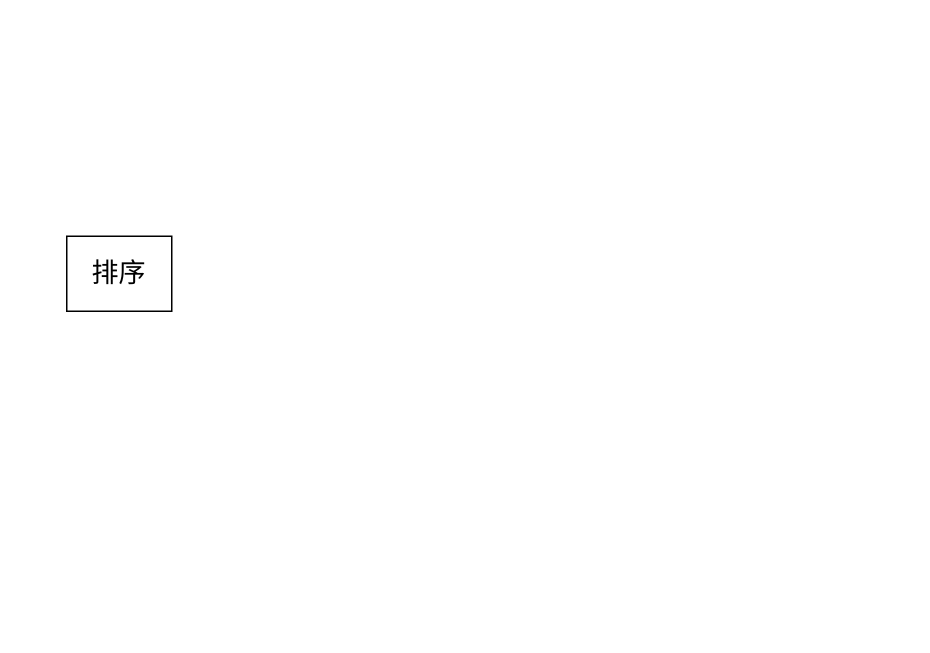
Before: status.drawio in rockysroll/testgit, a draw.io diagram. Source tidied: cells renumbered, new cells numbered last; positions are measured from the earlier drawing's top-left corner, leaving out a move shared by most shapes. Both pictures are drawn from the tidied source at 150%, with x=0, y=0 at pixel (66, 236).
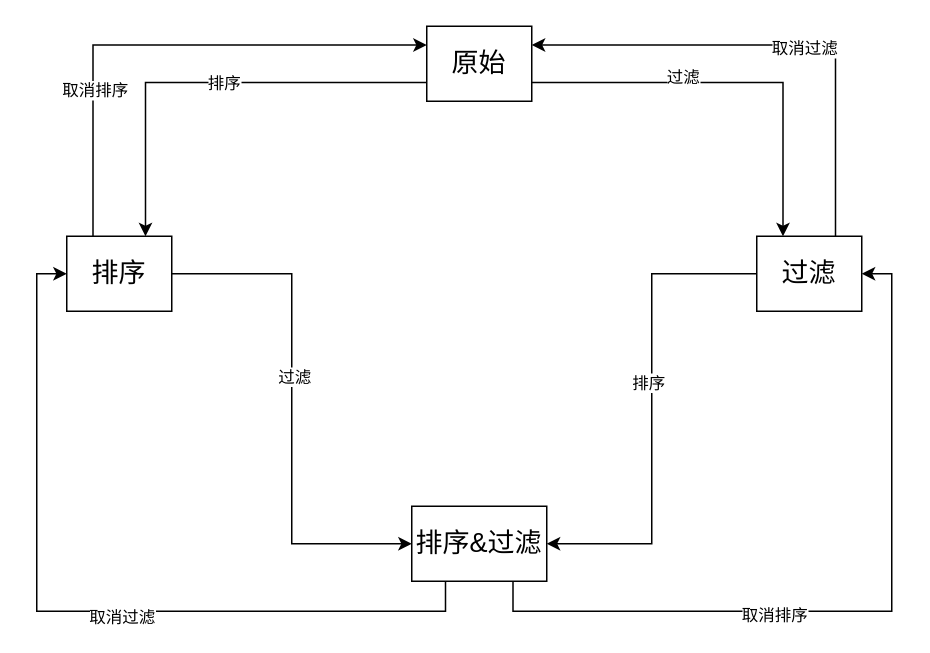
After the change.

Unchanged cells that the change refers to:
```xml
<mxCell id="2" value="&lt;font style=&quot;font-size: 18px;&quot;&gt;排序&lt;/font&gt;" style="rounded=0;whiteSpace=wrap;html=1;" parent="1" vertex="1">
  <mxGeometry width="70" height="50" as="geometry" />
</mxCell>
```

Change to the diagram source:
```diff
@@
+    <mxCell id="3" style="edgeStyle=orthogonalEdgeStyle;rounded=0;jettySize=auto;html=1;entryX=0;entryY=0.5;entryDx=0;entryDy=0;" parent="1" edge="1" source="2" target="16">
+      <mxGeometry relative="1" as="geometry">
+        <Array as="points">
+          <mxPoint x="150" y="25" />
+          <mxPoint x="150" y="205" />
+        </Array>
+      </mxGeometry>
+    </mxCell>
+    <mxCell id="4" value="过滤" style="edgeLabel;html=1;align=center;verticalAlign=middle;" parent="3" vertex="1">
+      <mxGeometry x="-0.13" y="1" relative="1" as="geometry" />
+    </mxCell>
+    <mxCell id="5" style="edgeStyle=orthogonalEdgeStyle;rounded=0;jettySize=auto;html=1;exitX=0.25;exitY=0;exitDx=0;exitDy=0;entryX=0;entryY=0.25;entryDx=0;entryDy=0;" parent="1" edge="1" source="2" target="21">
+      <mxGeometry relative="1" as="geometry" />
+    </mxCell>
+    <mxCell id="6" value="取消排序" style="edgeLabel;html=1;align=center;verticalAlign=middle;" parent="5" vertex="1">
+      <mxGeometry x="-0.44" relative="1" as="geometry">
+        <mxPoint x="1" as="offset" />
+      </mxGeometry>
+    </mxCell>
@@
+    <mxCell id="7" style="edgeStyle=orthogonalEdgeStyle;rounded=0;jettySize=auto;html=1;entryX=1;entryY=0.5;entryDx=0;entryDy=0;" parent="1" edge="1" source="11" target="16">
+      <mxGeometry relative="1" as="geometry" />
+    </mxCell>
+    <mxCell id="8" value="排序" style="edgeLabel;html=1;align=center;verticalAlign=middle;" parent="7" vertex="1">
+      <mxGeometry x="-0.11" y="-3" relative="1" as="geometry" />
+    </mxCell>
+    <mxCell id="9" style="edgeStyle=orthogonalEdgeStyle;rounded=0;jettySize=auto;html=1;exitX=0.75;exitY=0;exitDx=0;exitDy=0;entryX=1;entryY=0.25;entryDx=0;entryDy=0;" parent="1" edge="1" source="11" target="21">
+      <mxGeometry relative="1" as="geometry" />
+    </mxCell>
+    <mxCell id="10" value="取消过滤" style="edgeLabel;html=1;align=center;verticalAlign=middle;" parent="9" vertex="1">
+      <mxGeometry x="-0.1" y="2" relative="1" as="geometry" />
+    </mxCell>
+    <mxCell id="11" value="&lt;font style=&quot;font-size: 18px;&quot;&gt;过滤&lt;/font&gt;" style="rounded=0;whiteSpace=wrap;html=1;" parent="1" vertex="1">
+      <mxGeometry x="460" width="70" height="50" as="geometry" />
+    </mxCell>
+    <mxCell id="12" style="edgeStyle=orthogonalEdgeStyle;rounded=0;jettySize=auto;html=1;entryX=0;entryY=0.5;entryDx=0;entryDy=0;exitX=0.25;exitY=1;exitDx=0;exitDy=0;" parent="1" edge="1" source="16" target="2">
+      <mxGeometry relative="1" as="geometry" />
+    </mxCell>
+    <mxCell id="13" value="取消过滤" style="edgeLabel;html=1;align=center;verticalAlign=middle;" parent="12" vertex="1">
+      <mxGeometry x="-0.12" y="3" relative="1" as="geometry">
+        <mxPoint x="1" as="offset" />
+      </mxGeometry>
+    </mxCell>
+    <mxCell id="14" style="edgeStyle=orthogonalEdgeStyle;rounded=0;jettySize=auto;html=1;exitX=0.75;exitY=1;exitDx=0;exitDy=0;entryX=1;entryY=0.5;entryDx=0;entryDy=0;" parent="1" edge="1" source="16" target="11">
+      <mxGeometry relative="1" as="geometry" />
+    </mxCell>
+    <mxCell id="15" value="取消排序" style="edgeLabel;html=1;align=center;verticalAlign=middle;" parent="14" vertex="1">
+      <mxGeometry x="-0.25" y="-2" relative="1" as="geometry" />
+    </mxCell>
+    <mxCell id="16" value="&lt;font style=&quot;font-size: 18px;&quot;&gt;排序&amp;amp;过滤&lt;/font&gt;" style="rounded=0;whiteSpace=wrap;html=1;" parent="1" vertex="1">
+      <mxGeometry x="230" y="180" width="90" height="50" as="geometry" />
+    </mxCell>
+    <mxCell id="17" style="edgeStyle=orthogonalEdgeStyle;rounded=0;jettySize=auto;html=1;exitX=0;exitY=0.75;exitDx=0;exitDy=0;entryX=0.75;entryY=0;entryDx=0;entryDy=0;" parent="1" edge="1" source="21" target="2">
+      <mxGeometry relative="1" as="geometry" />
+    </mxCell>
+    <mxCell id="18" value="排序" style="edgeLabel;html=1;align=center;verticalAlign=middle;" parent="17" vertex="1">
+      <mxGeometry x="-0.06" relative="1" as="geometry" />
+    </mxCell>
+    <mxCell id="19" style="edgeStyle=orthogonalEdgeStyle;rounded=0;jettySize=auto;html=1;entryX=0.25;entryY=0;entryDx=0;entryDy=0;exitX=1;exitY=0.75;exitDx=0;exitDy=0;" parent="1" edge="1" source="21" target="11">
+      <mxGeometry relative="1" as="geometry" />
+    </mxCell>
+    <mxCell id="20" value="过滤" style="edgeLabel;html=1;align=center;verticalAlign=middle;" parent="19" vertex="1">
+      <mxGeometry x="-0.26" y="4" relative="1" as="geometry" />
+    </mxCell>
+    <mxCell id="21" value="&lt;font style=&quot;font-size: 18px;&quot;&gt;原始&lt;br&gt;&lt;/font&gt;" style="rounded=0;whiteSpace=wrap;html=1;" parent="1" vertex="1">
+      <mxGeometry x="240" y="-140" width="70" height="50" as="geometry" />
+    </mxCell>
```
